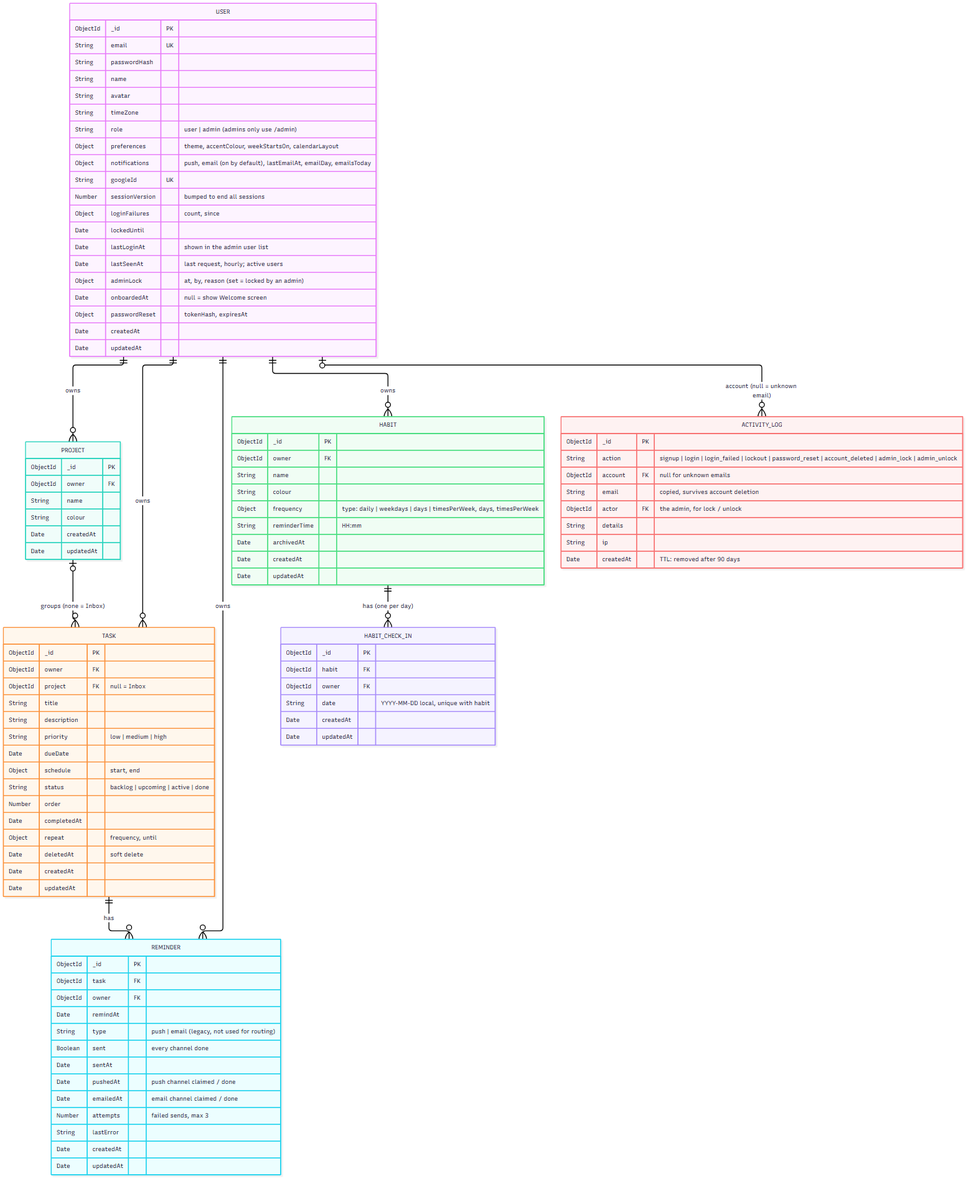
Above: docs/erd.png in khang-ngo4444/VCD_Agendal (Mermaid), before the change. Its source is kept beside it as docs/erd.mmd.
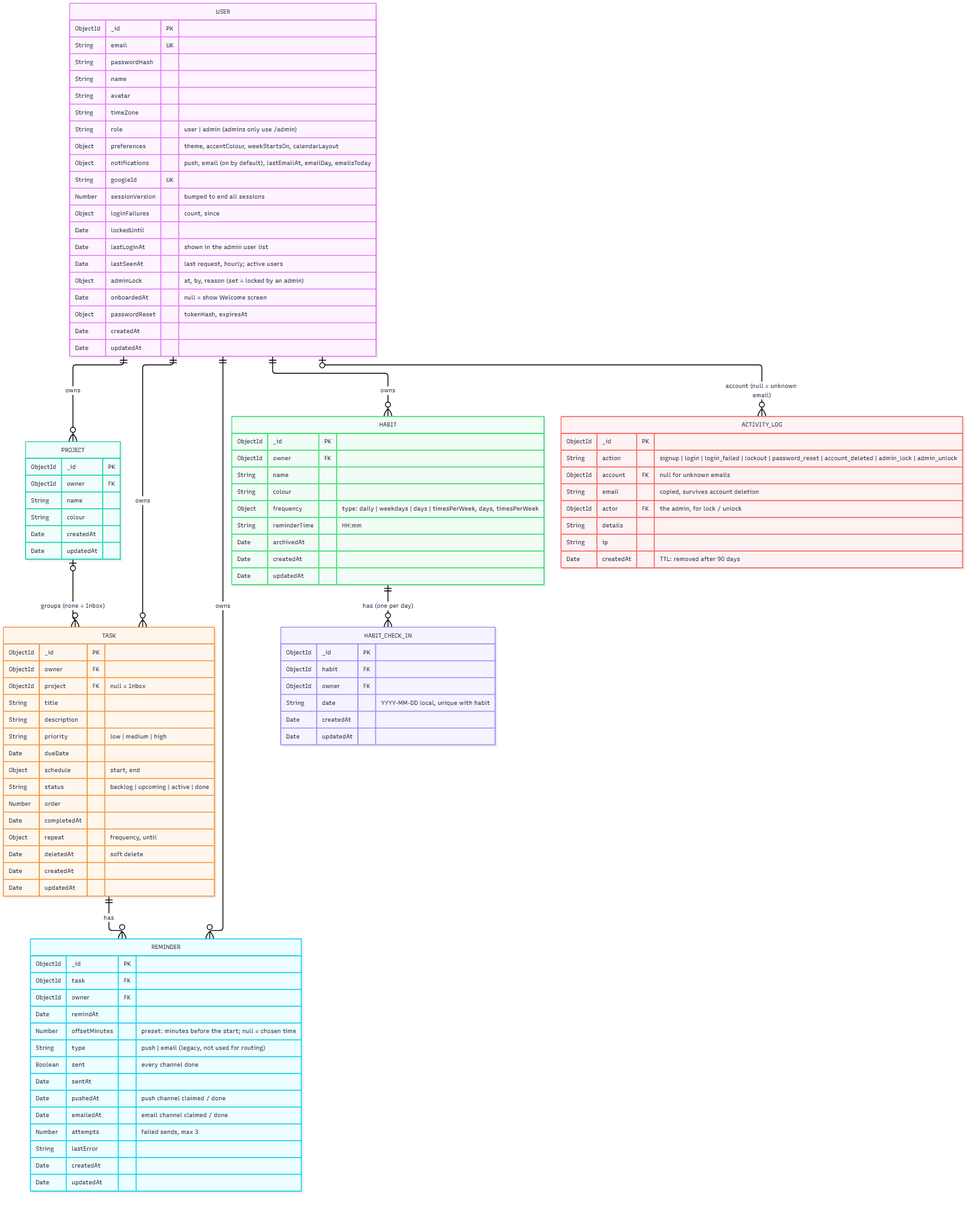
Later version of the same file.

Commit message:
Remind before a scheduled task starts: 5, 15, 30 min, 1 hour, 1 day Card: Reminder presets for scheduled tasks

The edit, as a diff of the source:
```diff
@@ -60,6 +60,7 @@
         ObjectId task FK
         ObjectId owner FK
         Date remindAt
+        Number offsetMinutes "preset: minutes before the start; null = chosen time"
         String type "push | email (legacy, not used for routing)"
         Boolean sent "every channel done"
         Date sentAt
```
